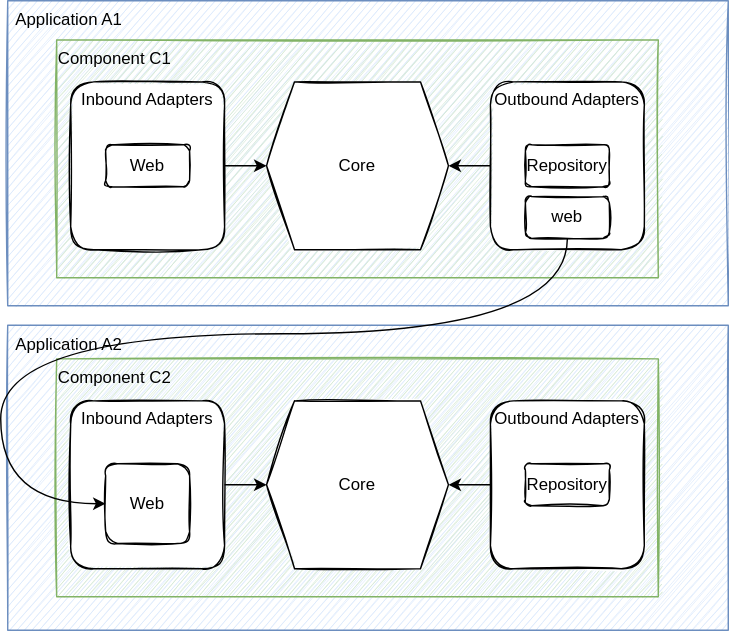
Above: modules/ROOT/images/hexagonal_component_architecture_microservices.drawio.svg in devonfw/java (draw.io), before the change. Source tidied: cells renumbered, new cells last; positions are measured from the earlier drawing's top-left corner, leaving out a move shared by most shapes. Source of this version:
```xml
<mxGraphModel>
  <root>
    <mxCell id="0" />
    <mxCell id="1" parent="0" />
    <mxCell id="2" value="Application A2" style="rounded=0;whiteSpace=wrap;html=1;sketch=1;labelPosition=left;verticalLabelPosition=top;align=right;verticalAlign=bottom;spacing=-21;spacingRight=-61;fillColor=#dae8fc;strokeColor=#6c8ebf;" parent="1" vertex="1">
      <mxGeometry x="5" y="232" width="515" height="218" as="geometry" />
    </mxCell>
    <mxCell id="3" value="Application A1" style="rounded=0;whiteSpace=wrap;html=1;sketch=1;labelPosition=left;verticalLabelPosition=top;align=right;verticalAlign=bottom;spacing=-21;spacingRight=-61;fillColor=#dae8fc;strokeColor=#6c8ebf;" parent="1" vertex="1">
      <mxGeometry x="5" width="515" height="218" as="geometry" />
    </mxCell>
    <mxCell id="4" value="Component C1" style="rounded=0;whiteSpace=wrap;html=1;sketch=1;labelPosition=left;verticalLabelPosition=top;align=right;verticalAlign=bottom;spacing=-21;spacingRight=-61;fillColor=#d5e8d4;strokeColor=#82b366;" parent="1" vertex="1">
      <mxGeometry x="40" y="28" width="430" height="170" as="geometry" />
    </mxCell>
    <mxCell id="5" value="Core" style="shape=hexagon;perimeter=hexagonPerimeter2;whiteSpace=wrap;html=1;fixedSize=1;sketch=1;" parent="1" vertex="1">
      <mxGeometry x="190" y="58" width="130" height="120" as="geometry" />
    </mxCell>
    <mxCell id="6" style="edgeStyle=orthogonalEdgeStyle;rounded=0;jettySize=auto;html=1;entryX=0;entryY=0.5;entryDx=0;entryDy=0;" parent="1" edge="1" source="7" target="5">
      <mxGeometry relative="1" as="geometry" />
    </mxCell>
    <mxCell id="7" value="Inbound Adapters" style="rounded=1;whiteSpace=wrap;html=1;sketch=1;labelPosition=center;verticalLabelPosition=top;align=center;verticalAlign=bottom;spacing=-20;" parent="1" vertex="1">
      <mxGeometry x="50" y="58" width="110" height="120" as="geometry" />
    </mxCell>
    <mxCell id="8" style="edgeStyle=orthogonalEdgeStyle;rounded=0;jettySize=auto;html=1;exitX=0;exitY=0.5;exitDx=0;exitDy=0;entryX=1;entryY=0.5;entryDx=0;entryDy=0;" parent="1" edge="1" source="9" target="5">
      <mxGeometry relative="1" as="geometry" />
    </mxCell>
    <mxCell id="9" value="Outbound Adapters" style="rounded=1;whiteSpace=wrap;html=1;sketch=1;labelPosition=center;verticalLabelPosition=top;align=center;verticalAlign=bottom;spacing=-20;" parent="1" vertex="1">
      <mxGeometry x="350" y="58" width="110" height="120" as="geometry" />
    </mxCell>
    <mxCell id="10" value="Web" style="rounded=1;whiteSpace=wrap;html=1;sketch=1;" parent="1" vertex="1">
      <mxGeometry x="75" y="103" width="60" height="30" as="geometry" />
    </mxCell>
    <mxCell id="11" value="Repository" style="rounded=1;whiteSpace=wrap;html=1;sketch=1;" parent="1" vertex="1">
      <mxGeometry x="375" y="103" width="60" height="30" as="geometry" />
    </mxCell>
    <mxCell id="12" value="Component C2" style="rounded=0;whiteSpace=wrap;html=1;sketch=1;labelPosition=left;verticalLabelPosition=top;align=right;verticalAlign=bottom;spacing=-21;spacingRight=-61;fillColor=#d5e8d4;strokeColor=#82b366;" parent="1" vertex="1">
      <mxGeometry x="40" y="256" width="430" height="170" as="geometry" />
    </mxCell>
    <mxCell id="13" value="Core" style="shape=hexagon;perimeter=hexagonPerimeter2;whiteSpace=wrap;html=1;fixedSize=1;sketch=1;" parent="1" vertex="1">
      <mxGeometry x="190" y="286" width="130" height="120" as="geometry" />
    </mxCell>
    <mxCell id="14" style="edgeStyle=orthogonalEdgeStyle;rounded=0;jettySize=auto;html=1;entryX=0;entryY=0.5;entryDx=0;entryDy=0;" parent="1" edge="1" source="15" target="13">
      <mxGeometry relative="1" as="geometry" />
    </mxCell>
    <mxCell id="15" value="Inbound Adapters" style="rounded=1;whiteSpace=wrap;html=1;sketch=1;labelPosition=center;verticalLabelPosition=top;align=center;verticalAlign=bottom;spacing=-20;" parent="1" vertex="1">
      <mxGeometry x="50" y="286" width="110" height="120" as="geometry" />
    </mxCell>
    <mxCell id="16" style="edgeStyle=orthogonalEdgeStyle;rounded=0;jettySize=auto;html=1;exitX=0;exitY=0.5;exitDx=0;exitDy=0;entryX=1;entryY=0.5;entryDx=0;entryDy=0;" parent="1" edge="1" source="17" target="13">
      <mxGeometry relative="1" as="geometry" />
    </mxCell>
    <mxCell id="17" value="Outbound Adapters" style="rounded=1;whiteSpace=wrap;html=1;sketch=1;labelPosition=center;verticalLabelPosition=top;align=center;verticalAlign=bottom;spacing=-20;" parent="1" vertex="1">
      <mxGeometry x="350" y="286" width="110" height="120" as="geometry" />
    </mxCell>
    <mxCell id="18" value="Web" style="rounded=1;whiteSpace=wrap;html=1;sketch=1;" parent="1" vertex="1">
      <mxGeometry x="75" y="331" width="60" height="57" as="geometry" />
    </mxCell>
    <mxCell id="19" value="Repository" style="rounded=1;whiteSpace=wrap;html=1;sketch=1;" parent="1" vertex="1">
      <mxGeometry x="375" y="331" width="60" height="30" as="geometry" />
    </mxCell>
    <mxCell id="20" style="edgeStyle=orthogonalEdgeStyle;jettySize=auto;html=1;entryX=0;entryY=0.5;entryDx=0;entryDy=0;curved=1;exitX=0.5;exitY=1;exitDx=0;exitDy=0;" parent="1" edge="1" source="21" target="18">
      <mxGeometry relative="1" as="geometry">
        <Array as="points">
          <mxPoint x="405" y="238" />
          <mxPoint y="238" />
          <mxPoint y="360" />
        </Array>
      </mxGeometry>
    </mxCell>
    <mxCell id="21" value="web" style="rounded=1;whiteSpace=wrap;html=1;sketch=1;" parent="1" vertex="1">
      <mxGeometry x="375" y="140" width="60" height="30" as="geometry" />
    </mxCell>
  </root>
</mxGraphModel>
```
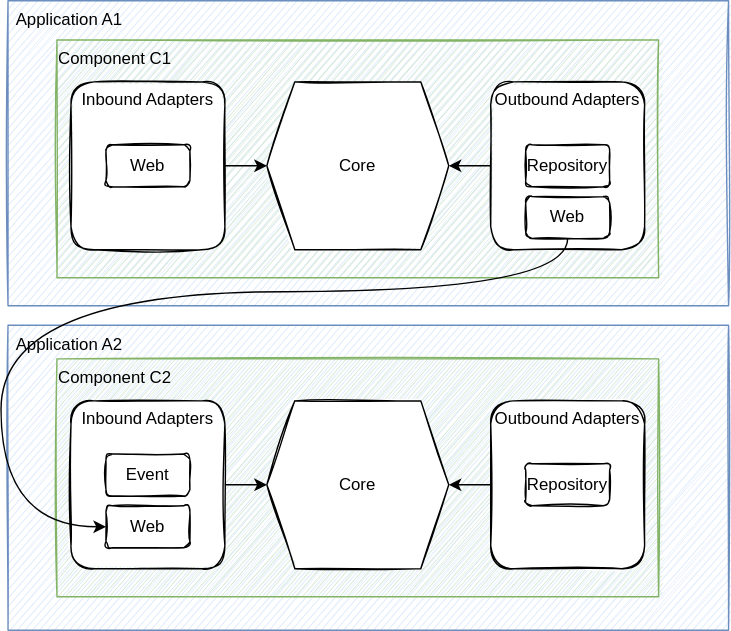
After the commit.

The edit, as a diff of the source:
```diff
@@ -50,23 +50,26 @@
     <mxCell id="17" value="Outbound Adapters" style="rounded=1;whiteSpace=wrap;html=1;sketch=1;labelPosition=center;verticalLabelPosition=top;align=center;verticalAlign=bottom;spacing=-20;" parent="1" vertex="1">
       <mxGeometry x="350" y="286" width="110" height="120" as="geometry" />
     </mxCell>
-    <mxCell id="18" value="Web" style="rounded=1;whiteSpace=wrap;html=1;sketch=1;" parent="1" vertex="1">
-      <mxGeometry x="75" y="331" width="60" height="57" as="geometry" />
-    </mxCell>
     <mxCell id="19" value="Repository" style="rounded=1;whiteSpace=wrap;html=1;sketch=1;" parent="1" vertex="1">
       <mxGeometry x="375" y="331" width="60" height="30" as="geometry" />
     </mxCell>
-    <mxCell id="20" style="edgeStyle=orthogonalEdgeStyle;jettySize=auto;html=1;entryX=0;entryY=0.5;entryDx=0;entryDy=0;curved=1;exitX=0.5;exitY=1;exitDx=0;exitDy=0;" parent="1" edge="1" source="21" target="18">
+    <mxCell id="20" style="edgeStyle=orthogonalEdgeStyle;curved=1;jettySize=auto;html=1;entryX=0;entryY=0.5;entryDx=0;entryDy=0;" parent="1" edge="1" source="21" target="18">
       <mxGeometry relative="1" as="geometry">
         <Array as="points">
-          <mxPoint x="405" y="238" />
-          <mxPoint y="238" />
-          <mxPoint y="360" />
+          <mxPoint x="405" y="208" />
+          <mxPoint y="208" />
+          <mxPoint y="376" />
         </Array>
       </mxGeometry>
     </mxCell>
-    <mxCell id="21" value="web" style="rounded=1;whiteSpace=wrap;html=1;sketch=1;" parent="1" vertex="1">
+    <mxCell id="21" value="Web" style="rounded=1;whiteSpace=wrap;html=1;sketch=1;" parent="1" vertex="1">
       <mxGeometry x="375" y="140" width="60" height="30" as="geometry" />
     </mxCell>
+    <mxCell id="22" value="Event" style="rounded=1;whiteSpace=wrap;html=1;sketch=1;" parent="1" vertex="1">
+      <mxGeometry x="75" y="324" width="60" height="30" as="geometry" />
+    </mxCell>
+    <mxCell id="18" value="Web" style="rounded=1;whiteSpace=wrap;html=1;sketch=1;" parent="1" vertex="1">
+      <mxGeometry x="75" y="361" width="60" height="30" as="geometry" />
+    </mxCell>
   </root>
 </mxGraphModel>
```
